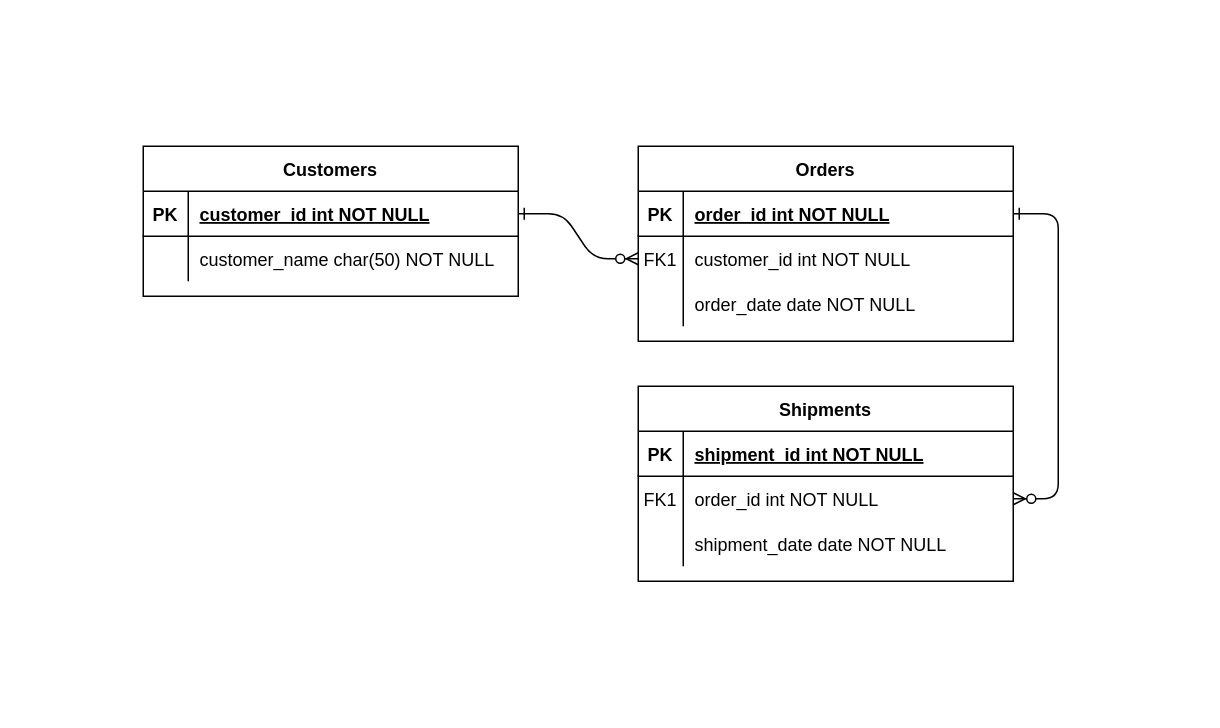
Beah96/meu_primeiro_DER keeps this draw.io diagram as users.drawio. Above is the earlier version. Source tidied: cells renumbered, new cells numbered last; positions are measured from the earlier drawing's top-left corner, leaving out a move shared by most shapes. Both pictures are drawn from the tidied source at 150%, with x=0, y=0 at pixel (142, 146).
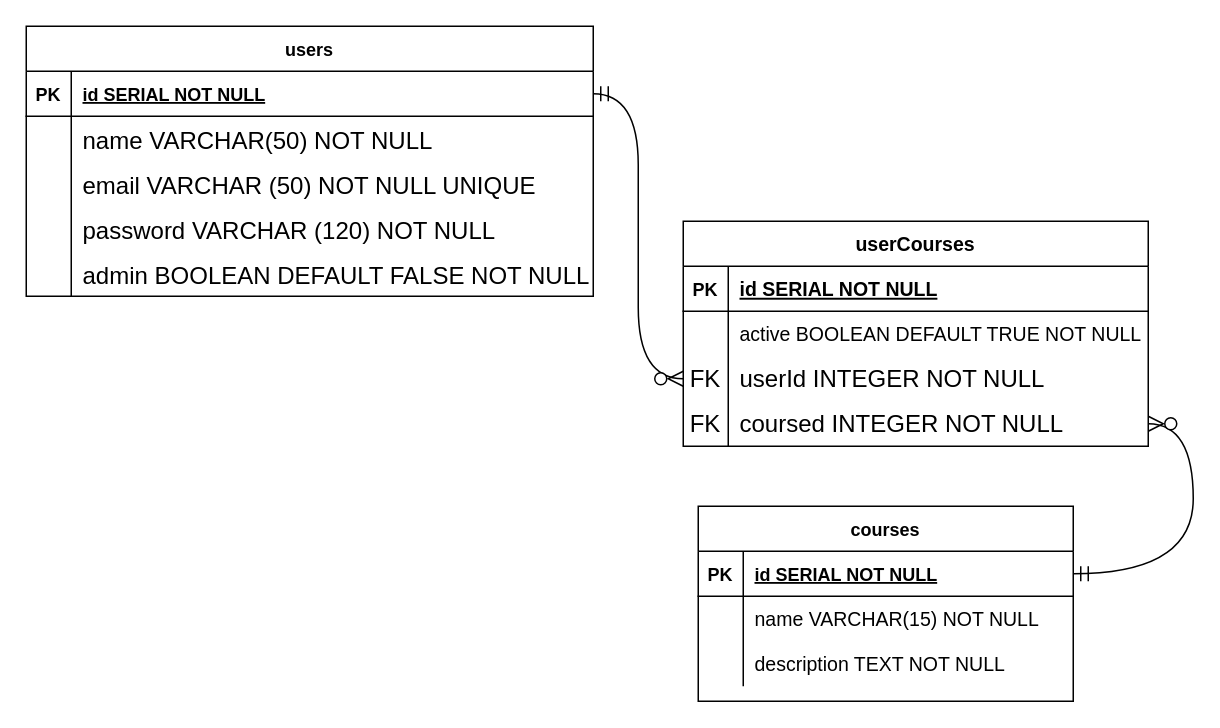
The same page after the edit.

The change refers to these unchanged cells:
```xml
<mxCell id="15" style="shape=partialRectangle;fillColor=none;points=[[0,0.5],[1,0.5]];portConstraint=eastwest;top=0;left=0;right=0;bottom=1;" parent="14" vertex="1">
  <mxGeometry y="30" width="250" height="30" as="geometry" />
</mxCell>
<mxCell id="18" style="shape=partialRectangle;fillColor=none;points=[[0,0.5],[1,0.5]];portConstraint=eastwest;top=0;left=0;right=0;bottom=0;" parent="14" vertex="1">
  <mxGeometry y="60" width="250" height="30" as="geometry" />
</mxCell>
<mxCell id="21" style="shape=partialRectangle;fillColor=none;top=0;left=0;right=0;bottom=0;" parent="14" vertex="1">
  <mxGeometry y="90" width="250" height="30" as="geometry" />
</mxCell>
```

Change to the diagram source:
```diff
@@
-    <mxCell id="2" style="edgeStyle=entityRelationEdgeStyle;endArrow=ERzeroToMany;startArrow=ERone;endFill=1;startFill=0;" parent="1" edge="1" source="25" target="8">
-      <mxGeometry relative="1" as="geometry" />
-    </mxCell>
-    <mxCell id="3" style="edgeStyle=entityRelationEdgeStyle;endArrow=ERzeroToMany;startArrow=ERone;endFill=1;startFill=0;" parent="1" edge="1" source="5" target="18">
-      <mxGeometry relative="1" as="geometry" />
-    </mxCell>
-    <mxCell id="4" value="Orders" style="shape=table;startSize=30;childLayout=tableLayout;rowLines=0;fontStyle=1;align=center;" parent="1" vertex="1">
-      <mxGeometry x="330" width="250" height="130" as="geometry" />
+    <mxCell id="4" value="userCourses" style="shape=table;startSize=30;childLayout=tableLayout;rowLines=0;fontStyle=1;align=center;fontSize=13;" parent="1" vertex="1">
+      <mxGeometry x="360" y="50" width="310" height="150" as="geometry" />
     </mxCell>
     <mxCell id="5" style="shape=partialRectangle;fillColor=none;points=[[0,0.5],[1,0.5]];portConstraint=eastwest;top=0;left=0;right=0;bottom=1;" parent="4" vertex="1">
-      <mxGeometry y="30" width="250" height="30" as="geometry" />
+      <mxGeometry y="30" width="310" height="30" as="geometry" />
     </mxCell>
@@
-    <mxCell id="7" value="order_id int NOT NULL " style="shape=partialRectangle;overflow=hidden;fillColor=none;top=0;left=0;bottom=0;right=0;align=left;spacingLeft=6;fontStyle=5;" parent="5" vertex="1">
-      <mxGeometry x="30" width="220" height="30" as="geometry" />
+    <mxCell id="7" value="id SERIAL NOT NULL" style="shape=partialRectangle;overflow=hidden;fillColor=none;top=0;left=0;bottom=0;right=0;align=left;spacingLeft=6;fontStyle=5;fontSize=13;" parent="5" vertex="1">
+      <mxGeometry x="30" width="280" height="30" as="geometry" />
     </mxCell>
     <mxCell id="8" style="shape=partialRectangle;fillColor=none;points=[[0,0.5],[1,0.5]];portConstraint=eastwest;top=0;left=0;right=0;bottom=0;" parent="4" vertex="1">
-      <mxGeometry y="60" width="250" height="30" as="geometry" />
+      <mxGeometry y="60" width="310" height="30" as="geometry" />
     </mxCell>
-    <mxCell id="9" value="FK1" style="shape=partialRectangle;overflow=hidden;fillColor=none;top=0;left=0;bottom=0;right=0;" parent="8" vertex="1">
+    <mxCell id="9" style="shape=partialRectangle;overflow=hidden;fillColor=none;top=0;left=0;bottom=0;right=0;" parent="8" vertex="1">
       <mxGeometry width="30" height="30" as="geometry" />
     </mxCell>
-    <mxCell id="10" value="customer_id int NOT NULL" style="shape=partialRectangle;overflow=hidden;fillColor=none;top=0;left=0;bottom=0;right=0;align=left;spacingLeft=6;" parent="8" vertex="1">
-      <mxGeometry x="30" width="220" height="30" as="geometry" />
+    <mxCell id="10" value="active BOOLEAN DEFAULT TRUE NOT NULL" style="shape=partialRectangle;overflow=hidden;fillColor=none;top=0;left=0;bottom=0;right=0;align=left;spacingLeft=6;fontSize=13;" parent="8" vertex="1">
+      <mxGeometry x="30" width="280" height="30" as="geometry" />
     </mxCell>
-    <mxCell id="11" style="shape=partialRectangle;fillColor=none;top=0;left=0;right=0;bottom=0;" parent="4" vertex="1">
-      <mxGeometry y="90" width="250" height="30" as="geometry" />
-    </mxCell>
-    <mxCell id="12" style="shape=partialRectangle;overflow=hidden;fillColor=none;top=0;left=0;bottom=0;right=0;" parent="11" vertex="1">
-      <mxGeometry width="30" height="30" as="geometry" />
-    </mxCell>
-    <mxCell id="13" value="order_date date NOT NULL" style="shape=partialRectangle;overflow=hidden;fillColor=none;top=0;left=0;bottom=0;right=0;align=left;spacingLeft=6;" parent="11" vertex="1">
-      <mxGeometry x="30" width="220" height="30" as="geometry" />
-    </mxCell>
+    <mxCell id="31" style="shape=tableRow;horizontal=0;startSize=0;swimlaneHead=0;swimlaneBody=0;fillColor=none;points=[[0,0.5],[1,0.5]];portConstraint=eastwest;top=0;left=0;right=0;bottom=0;fontSize=16;" parent="4" vertex="1">
+      <mxGeometry y="90" width="310" height="30" as="geometry" />
+    </mxCell>
+    <mxCell id="32" value="FK" style="shape=partialRectangle;fillColor=none;top=0;left=0;bottom=0;right=0;fontStyle=0;overflow=hidden;whiteSpace=wrap;html=1;fontSize=16;" parent="31" vertex="1">
+      <mxGeometry width="30" height="30" as="geometry" />
+    </mxCell>
+    <mxCell id="33" value="userId INTEGER NOT NULL&amp;nbsp;" style="shape=partialRectangle;fillColor=none;top=0;left=0;bottom=0;right=0;align=left;spacingLeft=6;fontStyle=0;overflow=hidden;whiteSpace=wrap;html=1;fontSize=16;" parent="31" vertex="1">
+      <mxGeometry x="30" width="280" height="30" as="geometry" />
+    </mxCell>
+    <mxCell id="34" style="shape=tableRow;horizontal=0;startSize=0;swimlaneHead=0;swimlaneBody=0;fillColor=none;points=[[0,0.5],[1,0.5]];portConstraint=eastwest;top=0;left=0;right=0;bottom=0;fontSize=16;" parent="4" vertex="1">
+      <mxGeometry y="120" width="310" height="30" as="geometry" />
+    </mxCell>
+    <mxCell id="35" value="FK" style="shape=partialRectangle;fillColor=none;top=0;left=0;bottom=0;right=0;fontStyle=0;overflow=hidden;whiteSpace=wrap;html=1;fontSize=16;" parent="34" vertex="1">
+      <mxGeometry width="30" height="30" as="geometry" />
+    </mxCell>
+    <mxCell id="36" value="coursed INTEGER NOT NULL" style="shape=partialRectangle;fillColor=none;top=0;left=0;bottom=0;right=0;align=left;spacingLeft=6;fontStyle=0;overflow=hidden;whiteSpace=wrap;html=1;fontSize=16;" parent="34" vertex="1">
+      <mxGeometry x="30" width="280" height="30" as="geometry" />
+    </mxCell>
-    <mxCell id="14" value="Shipments" style="shape=table;startSize=30;childLayout=tableLayout;rowLines=0;fontStyle=1;align=center;" parent="1" vertex="1">
-      <mxGeometry x="330" y="160" width="250" height="130" as="geometry" />
+    <mxCell id="14" value="courses" style="shape=table;startSize=30;childLayout=tableLayout;rowLines=0;fontStyle=1;align=center;" parent="1" vertex="1">
+      <mxGeometry x="370" y="240" width="250" height="130" as="geometry" />
     </mxCell>
@@
-    <mxCell id="17" value="shipment_id int NOT NULL " style="shape=partialRectangle;overflow=hidden;fillColor=none;top=0;left=0;bottom=0;right=0;align=left;spacingLeft=6;fontStyle=5;" parent="15" vertex="1">
+    <mxCell id="17" value="id SERIAL NOT NULL" style="shape=partialRectangle;overflow=hidden;fillColor=none;top=0;left=0;bottom=0;right=0;align=left;spacingLeft=6;fontStyle=5;" parent="15" vertex="1">
       <mxGeometry x="30" width="220" height="30" as="geometry" />
     </mxCell>
@@
-    <mxCell id="19" value="FK1" style="shape=partialRectangle;overflow=hidden;fillColor=none;top=0;left=0;bottom=0;right=0;" parent="18" vertex="1">
+    <mxCell id="19" style="shape=partialRectangle;overflow=hidden;fillColor=none;top=0;left=0;bottom=0;right=0;" parent="18" vertex="1">
       <mxGeometry width="30" height="30" as="geometry" />
     </mxCell>
-    <mxCell id="20" value="order_id int NOT NULL" style="shape=partialRectangle;overflow=hidden;fillColor=none;top=0;left=0;bottom=0;right=0;align=left;spacingLeft=6;" parent="18" vertex="1">
+    <mxCell id="20" value="name VARCHAR(15) NOT NULL" style="shape=partialRectangle;overflow=hidden;fillColor=none;top=0;left=0;bottom=0;right=0;align=left;spacingLeft=6;fontSize=13;" parent="18" vertex="1">
       <mxGeometry x="30" width="220" height="30" as="geometry" />
     </mxCell>
@@
-    <mxCell id="23" value="shipment_date date NOT NULL" style="shape=partialRectangle;overflow=hidden;fillColor=none;top=0;left=0;bottom=0;right=0;align=left;spacingLeft=6;" parent="21" vertex="1">
+    <mxCell id="23" value="description TEXT NOT NULL" style="shape=partialRectangle;overflow=hidden;fillColor=none;top=0;left=0;bottom=0;right=0;align=left;spacingLeft=6;fontSize=13;" parent="21" vertex="1">
       <mxGeometry x="30" width="220" height="30" as="geometry" />
     </mxCell>
-    <mxCell id="24" value="Customers" style="shape=table;startSize=30;childLayout=tableLayout;rowLines=0;fontStyle=1;align=center;" parent="1" vertex="1">
-      <mxGeometry width="250" height="100" as="geometry" />
+    <mxCell id="24" value="users" style="shape=table;startSize=30;childLayout=tableLayout;rowLines=0;fontStyle=1;align=center;" parent="1" vertex="1">
+      <mxGeometry x="-78" y="-80" width="378" height="180" as="geometry" />
     </mxCell>
     <mxCell id="25" style="shape=partialRectangle;fillColor=none;points=[[0,0.5],[1,0.5]];portConstraint=eastwest;top=0;left=0;right=0;bottom=1;" parent="24" vertex="1">
-      <mxGeometry y="30" width="250" height="30" as="geometry" />
+      <mxGeometry y="30" width="378" height="30" as="geometry" />
     </mxCell>
@@
-    <mxCell id="27" value="customer_id int NOT NULL " style="shape=partialRectangle;overflow=hidden;fillColor=none;top=0;left=0;bottom=0;right=0;align=left;spacingLeft=6;fontStyle=5;" parent="25" vertex="1">
-      <mxGeometry x="30" width="220" height="30" as="geometry" />
+    <mxCell id="27" value="id SERIAL NOT NULL" style="shape=partialRectangle;overflow=hidden;fillColor=none;top=0;left=0;bottom=0;right=0;align=left;spacingLeft=6;fontStyle=5;" parent="25" vertex="1">
+      <mxGeometry x="30" width="348" height="30" as="geometry" />
     </mxCell>
-    <mxCell id="28" style="shape=partialRectangle;fillColor=none;top=0;left=0;right=0;bottom=0;" parent="24" vertex="1">
-      <mxGeometry y="60" width="250" height="30" as="geometry" />
-    </mxCell>
-    <mxCell id="29" style="shape=partialRectangle;overflow=hidden;fillColor=none;top=0;left=0;bottom=0;right=0;" parent="28" vertex="1">
-      <mxGeometry width="30" height="30" as="geometry" />
-    </mxCell>
-    <mxCell id="30" value="customer_name char(50) NOT NULL" style="shape=partialRectangle;overflow=hidden;fillColor=none;top=0;left=0;bottom=0;right=0;align=left;spacingLeft=6;" parent="28" vertex="1">
-      <mxGeometry x="30" width="220" height="30" as="geometry" />
-    </mxCell>
+    <mxCell id="37" style="shape=tableRow;horizontal=0;startSize=0;swimlaneHead=0;swimlaneBody=0;fillColor=none;top=0;left=0;right=0;bottom=0;fontSize=16;" parent="24" vertex="1">
+      <mxGeometry y="60" width="378" height="30" as="geometry" />
+    </mxCell>
+    <mxCell id="38" style="shape=partialRectangle;fillColor=none;top=0;left=0;bottom=0;right=0;overflow=hidden;fontSize=16;" parent="37" vertex="1">
+      <mxGeometry width="30" height="30" as="geometry" />
+    </mxCell>
+    <mxCell id="39" value="name VARCHAR(50) NOT NULL" style="shape=partialRectangle;fillColor=none;top=0;left=0;bottom=0;right=0;align=left;spacingLeft=6;overflow=hidden;fontSize=16;" parent="37" vertex="1">
+      <mxGeometry x="30" width="348" height="30" as="geometry" />
+    </mxCell>
+    <mxCell id="40" style="shape=tableRow;horizontal=0;startSize=0;swimlaneHead=0;swimlaneBody=0;fillColor=none;top=0;left=0;right=0;bottom=0;fontSize=16;" parent="24" vertex="1">
+      <mxGeometry y="90" width="378" height="30" as="geometry" />
+    </mxCell>
+    <mxCell id="41" style="shape=partialRectangle;fillColor=none;top=0;left=0;bottom=0;right=0;overflow=hidden;fontSize=16;" parent="40" vertex="1">
+      <mxGeometry width="30" height="30" as="geometry" />
+    </mxCell>
+    <mxCell id="42" value="email VARCHAR (50) NOT NULL UNIQUE" style="shape=partialRectangle;fillColor=none;top=0;left=0;bottom=0;right=0;align=left;spacingLeft=6;overflow=hidden;fontSize=16;" parent="40" vertex="1">
+      <mxGeometry x="30" width="348" height="30" as="geometry" />
+    </mxCell>
+    <mxCell id="43" style="shape=tableRow;horizontal=0;startSize=0;swimlaneHead=0;swimlaneBody=0;fillColor=none;top=0;left=0;right=0;bottom=0;fontSize=16;" parent="24" vertex="1">
+      <mxGeometry y="120" width="378" height="30" as="geometry" />
+    </mxCell>
+    <mxCell id="44" style="shape=partialRectangle;fillColor=none;top=0;left=0;bottom=0;right=0;overflow=hidden;fontSize=16;" parent="43" vertex="1">
+      <mxGeometry width="30" height="30" as="geometry" />
+    </mxCell>
+    <mxCell id="45" value="password VARCHAR (120) NOT NULL" style="shape=partialRectangle;fillColor=none;top=0;left=0;bottom=0;right=0;align=left;spacingLeft=6;overflow=hidden;fontSize=16;" parent="43" vertex="1">
+      <mxGeometry x="30" width="348" height="30" as="geometry" />
+    </mxCell>
+    <mxCell id="46" style="shape=tableRow;horizontal=0;startSize=0;swimlaneHead=0;swimlaneBody=0;fillColor=none;top=0;left=0;right=0;bottom=0;fontSize=16;" parent="24" vertex="1">
+      <mxGeometry y="150" width="378" height="30" as="geometry" />
+    </mxCell>
+    <mxCell id="47" style="shape=partialRectangle;fillColor=none;top=0;left=0;bottom=0;right=0;overflow=hidden;fontSize=16;" parent="46" vertex="1">
+      <mxGeometry width="30" height="30" as="geometry" />
+    </mxCell>
+    <mxCell id="48" value="admin BOOLEAN DEFAULT FALSE NOT NULL" style="shape=partialRectangle;fillColor=none;top=0;left=0;bottom=0;right=0;align=left;spacingLeft=6;overflow=hidden;fontSize=16;" parent="46" vertex="1">
+      <mxGeometry x="30" width="348" height="30" as="geometry" />
+    </mxCell>
+    <mxCell id="49" style="edgeStyle=entityRelationEdgeStyle;fontSize=12;html=1;endArrow=ERzeroToMany;startArrow=ERmandOne;rounded=0;startSize=8;endSize=8;curved=1;" parent="1" edge="1" source="25" target="31">
+      <mxGeometry relative="1" as="geometry" />
+    </mxCell>
+    <mxCell id="50" style="edgeStyle=entityRelationEdgeStyle;fontSize=12;html=1;endArrow=ERzeroToMany;startArrow=ERmandOne;rounded=0;startSize=8;endSize=8;curved=1;" parent="1" edge="1" source="15" target="34">
+      <mxGeometry relative="1" as="geometry" />
+    </mxCell>
```
